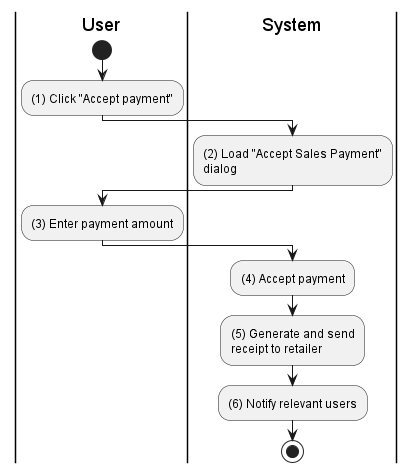
Above: activities/sales-order-accept-payment.png in phihungha/scmss-reqs (PlantUML), before the change.
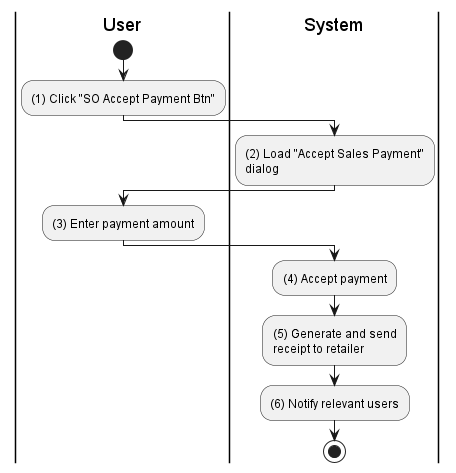
After the commit.

The edit, as a diff of the source:
```diff
@@ -4,7 +4,7 @@
 
 |u|
 start
-:(1) Click "Accept payment";
+:(1) Click "SO Accept Payment Btn";
 
 |s|
 :(2) Load "Accept Sales Payment"\ndialog;
```
